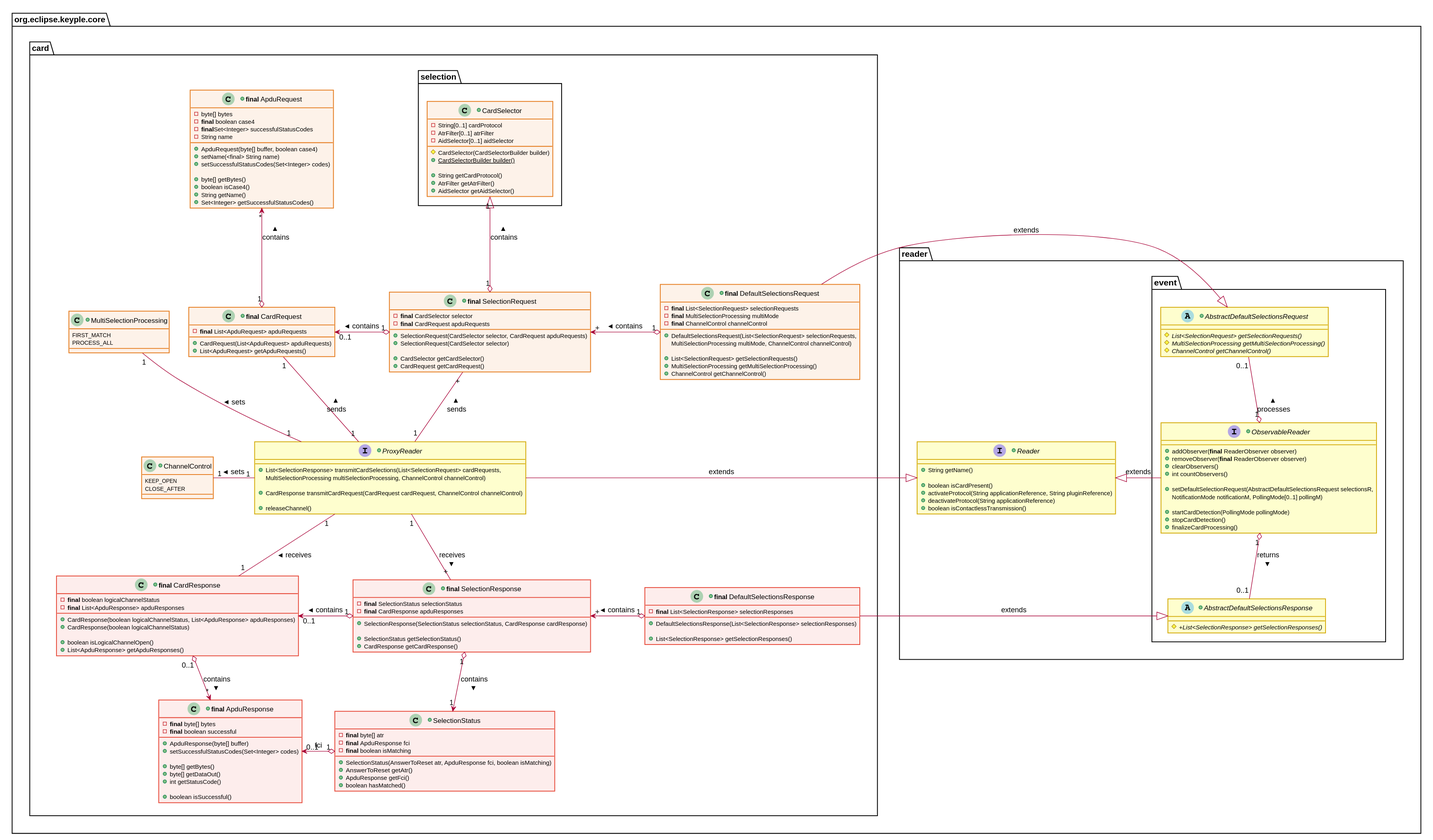
calypsonet/keyple keeps this PlantUML diagram as docs/KeypleCoreApi/img/KeypleCore_Card_ClassDiag_CardMessage_1_0_0.svg. Above is the earlier version.
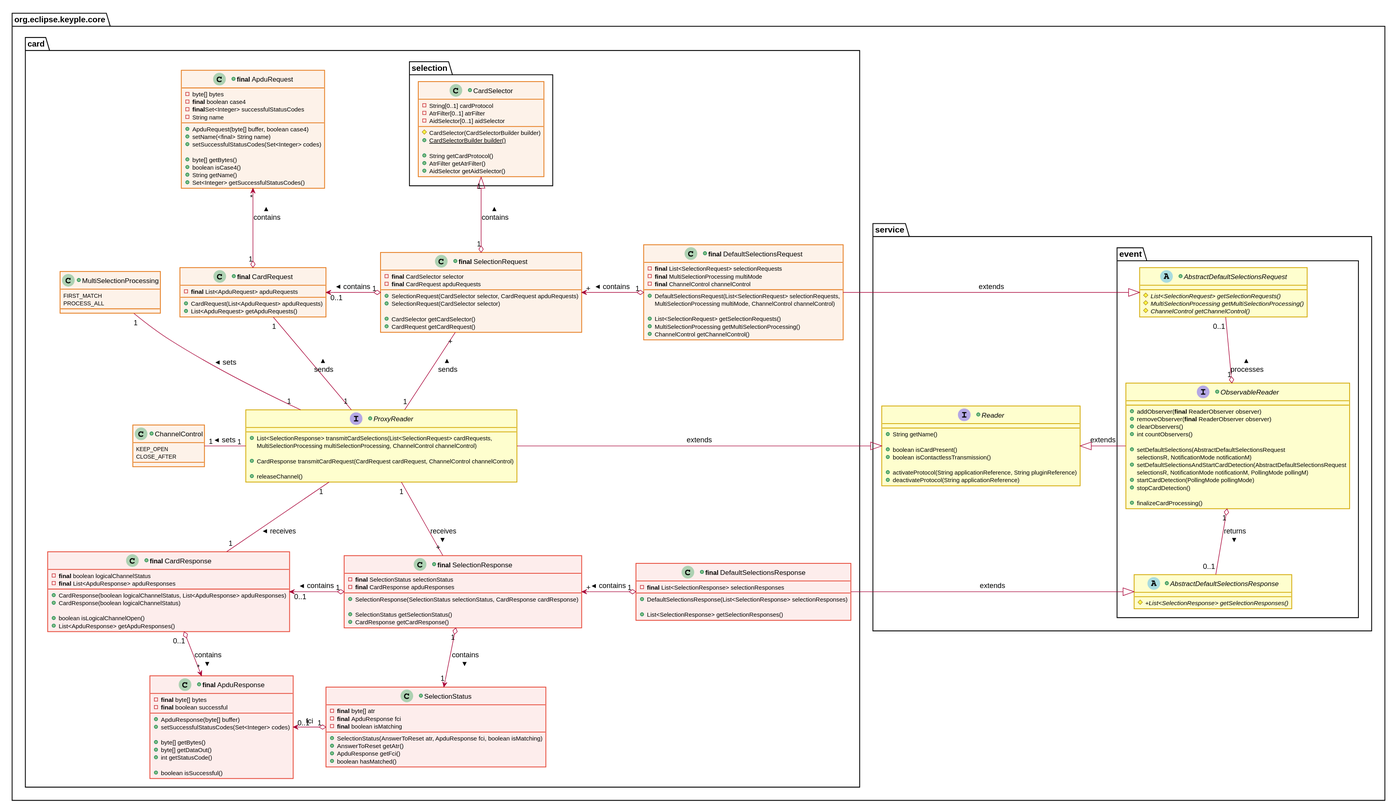
Above is the later version.

Commit message:
Renam package reader to service

Diff of the diagram source:
```diff
@@ -32,14 +32,15 @@
 
 package org.eclipse.keyple.core #FFFFFF {
 
-  package reader #FFFFFF {
+  package service #FFFFFF {
 +interface Reader {
   +String getName()
 
   +boolean isCardPresent()
+  +boolean isContactlessTransmission()
+
   +activateProtocol(String applicationReference, String pluginReference)
   +deactivateProtocol(String applicationReference)
-  +boolean isContactlessTransmission()
 }
 
     package event as even_request #FFFFFF {
@@ -58,11 +59,13 @@
   +clearObservers()
   +int countObservers()
 
-  +setDefaultSelectionRequest(AbstractDefaultSelectionsRequest selectionsR,
-    NotificationMode notificationM, PollingMode[0..1] pollingM)
-
+  +setDefaultSelections(AbstractDefaultSelectionsRequest
+    selectionsR, NotificationMode notificationM)
+  +setDefaultSelectionsAndStartCardDetection(AbstractDefaultSelectionsRequest
+    selectionsR, NotificationMode notificationM, PollingMode pollingM)
   +startCardDetection(PollingMode pollingMode)
   +stopCardDetection()
+
   +finalizeCardProcessing()
 }
 
@@ -226,7 +229,6 @@
     DefaultSelectionsResponse "1" o-left-> "+" SelectionResponse : contains >
   }
 
-  card -right[hidden]- reader
   ProxyReader -right-|> Reader : extends
   DefaultSelectionsRequest -right-|> AbstractDefaultSelectionsRequest : extends
   DefaultSelectionsResponse -right-|> AbstractDefaultSelectionsResponse : extends
```
